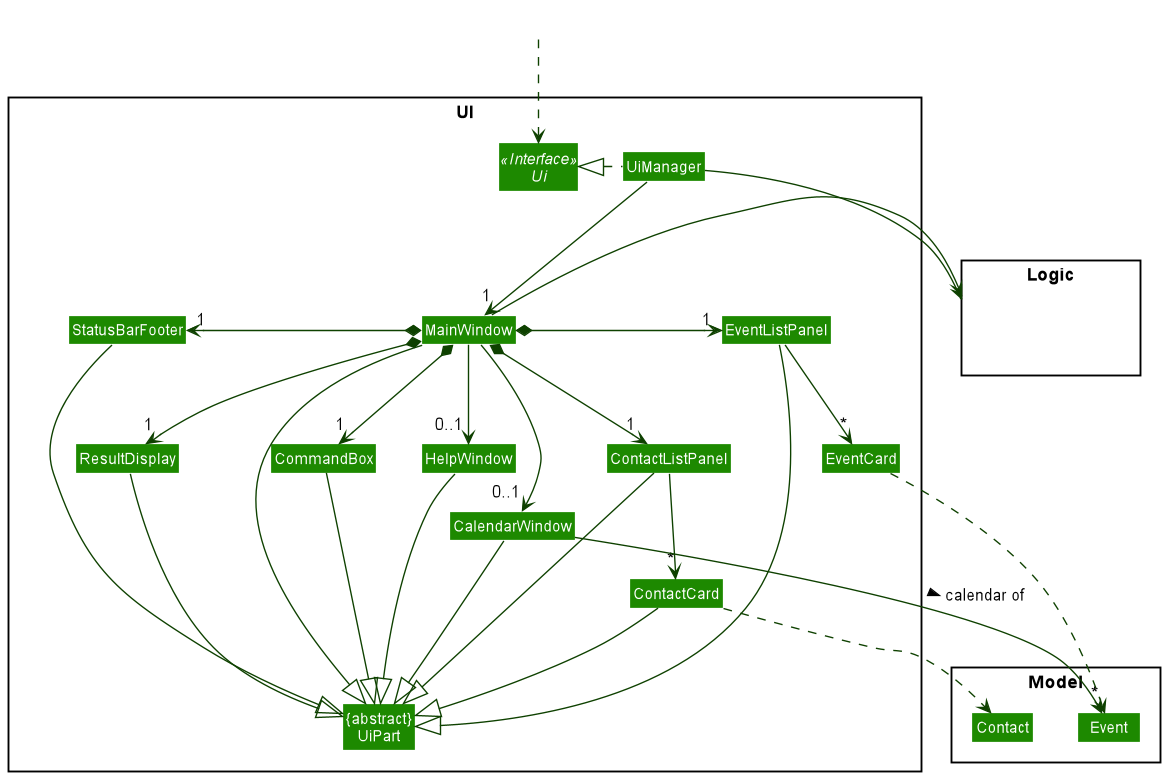
This is docs/images/UiClassDiagram.png from xiangjunn/tp, a PlantUML export, as it was before one commit.
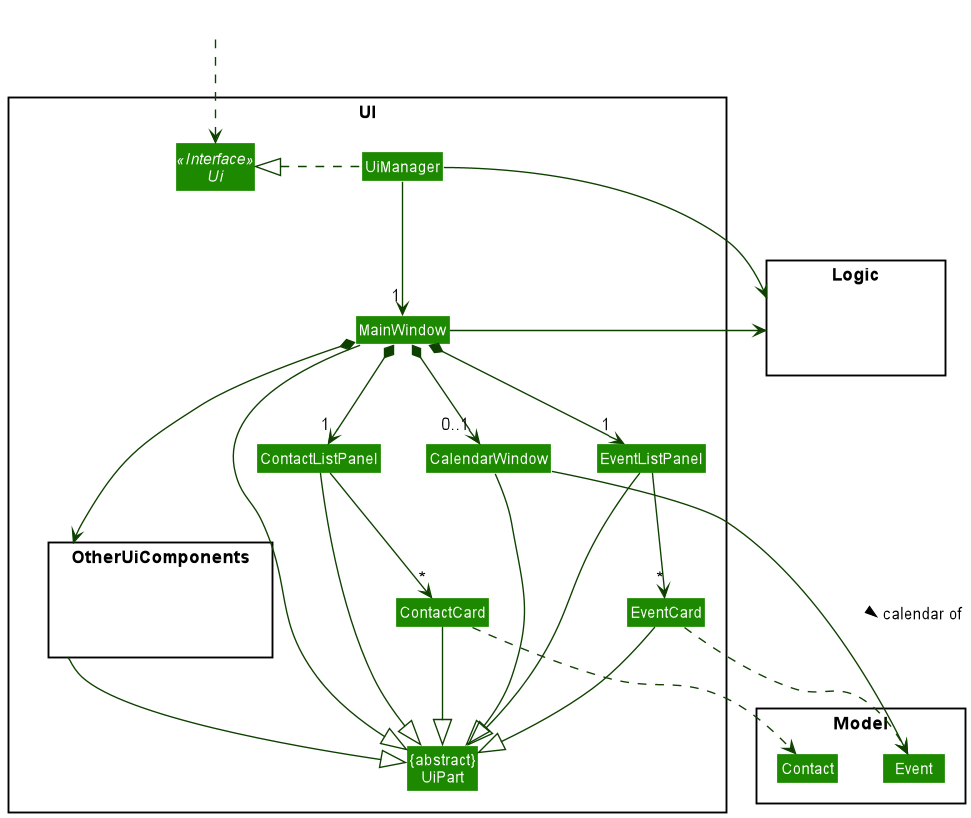
The same file after the commit.

The edit, as a diff of the source:
```diff
@@ -9,15 +9,14 @@
 Class "{abstract}\nUiPart" as UiPart
 Class UiManager
 Class MainWindow
-Class HelpWindow
 Class CalendarWindow
-Class ResultDisplay
 Class ContactListPanel
 Class EventListPanel
 Class ContactCard
 Class EventCard
-Class StatusBarFooter
-Class CommandBox
+package OtherUiComponents <<Rectangle>> {
+Class HiddenComponent #FFFFFF
+}
 }
 
 package Model <<Rectangle>> {
@@ -34,38 +33,29 @@
 
 UiManager .left.|> Ui
 UiManager -down-> "1" MainWindow
-MainWindow *-left->  "1" CommandBox
-MainWindow *-down-> "1" ResultDisplay
-MainWindow *-right-> "1" ContactListPanel
-MainWindow *-right-> "1" EventListPanel
-MainWindow *-left-> "1" StatusBarFooter
-MainWindow --> "0..1" HelpWindow
-MainWindow --> "0..1" CalendarWindow
+Ui -[hidden]---> OtherUiComponents
+MainWindow *--> OtherUiComponents
+MainWindow *--> "1" ContactListPanel
+MainWindow *--> "1" EventListPanel
+MainWindow *--> "0..1" CalendarWindow
 
 ContactListPanel -down-> "*" ContactCard
 EventListPanel -down-> "*" EventCard
 
 MainWindow -left-|> UiPart
 
-ResultDisplay --|> UiPart
-CommandBox --|> UiPart
 ContactListPanel --|> UiPart
 EventListPanel --|> UiPart
 ContactCard --|> UiPart
-StatusBarFooter --|> UiPart
-HelpWindow --|> UiPart
+EventCard --|> UiPart
 CalendarWindow --|> UiPart
+OtherUiComponents --|> UiPart
 
 ContactCard ..> Contact
 EventCard ..> Event
-CalendarWindow --> "*" Event : calendar of >
+CalendarWindow --> Event : calendar of >
 UiManager -right-> Logic
 MainWindow -left-> Logic
 
-ContactListPanel -[hidden]left- HelpWindow
-HelpWindow -[hidden]left- CommandBox
-CommandBox -[hidden]left- ResultDisplay
-ResultDisplay -[hidden]left- StatusBarFooter
-
-MainWindow -[hidden]-|> UiPart
+ContactListPanel -[hidden]left- EventListPanel
 @enduml
```
